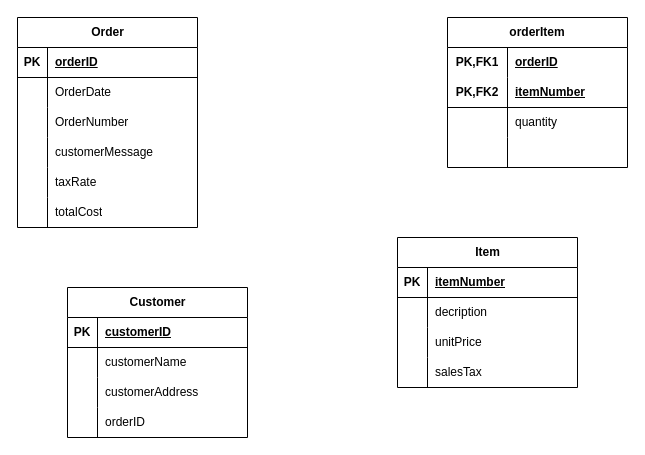
Above: Untitled Diagram.drawio in Joshuaarr/DBMS_2023 (draw.io), before the change. Source tidied: cells renumbered, new cells numbered last; positions are measured from the earlier drawing's top-left corner, leaving out a move shared by most shapes. Both pictures are drawn from the tidied source at 100%, with x=0, y=0 at pixel (17, 17).
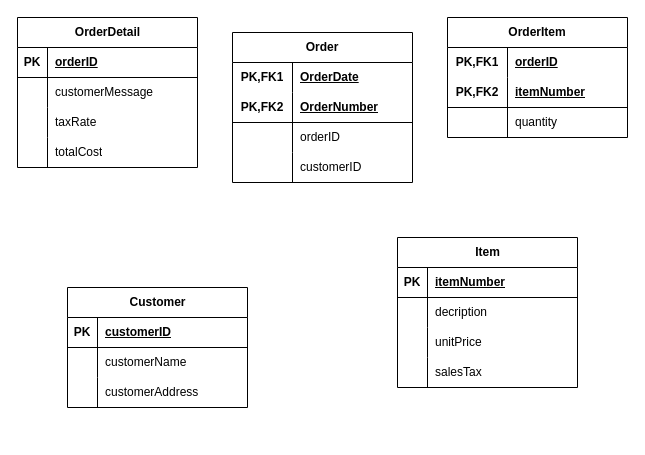
After the change.

Change to the diagram source:
```diff
@@
     <mxCell id="2" value="Customer" style="shape=table;startSize=30;childLayout=tableLayout;rowLines=0;fontStyle=1;align=center;html=1;" parent="1" vertex="1">
-      <mxGeometry x="50" y="270" width="180" height="150" as="geometry" />
+      <mxGeometry x="50" y="270" width="180" height="120" as="geometry" />
     </mxCell>
@@
-    <mxCell id="12" style="shape=tableRow;horizontal=0;startSize=0;swimlaneHead=0;swimlaneBody=0;fillColor=none;top=0;left=0;right=0;bottom=0;" parent="2" vertex="1">
-      <mxGeometry y="120" width="180" height="30" as="geometry" />
-    </mxCell>
-    <mxCell id="13" style="shape=partialRectangle;fillColor=none;top=0;left=0;bottom=0;right=0;overflow=hidden;whiteSpace=wrap;html=1;" parent="12" vertex="1">
-      <mxGeometry width="30" height="30" as="geometry" />
-    </mxCell>
-    <mxCell id="14" value="orderID" style="shape=partialRectangle;fillColor=none;top=0;left=0;bottom=0;right=0;align=left;spacingLeft=6;overflow=hidden;whiteSpace=wrap;html=1;" parent="12" vertex="1">
-      <mxGeometry x="30" width="150" height="30" as="geometry" />
-    </mxCell>
-    <mxCell id="15" value="Order" style="shape=table;startSize=30;childLayout=tableLayout;rowLines=0;fontStyle=1;align=center;html=1;" parent="1" vertex="1">
-      <mxGeometry width="180" height="210" as="geometry" />
+    <mxCell id="15" value="OrderDetail" style="shape=table;startSize=30;childLayout=tableLayout;rowLines=0;fontStyle=1;align=center;html=1;" parent="1" vertex="1">
+      <mxGeometry width="180" height="150" as="geometry" />
     </mxCell>
@@
-    <mxCell id="19" style="shape=tableRow;horizontal=0;startSize=0;swimlaneHead=0;swimlaneBody=0;fillColor=none;top=0;left=0;right=0;bottom=0;" parent="15" vertex="1">
-      <mxGeometry y="60" width="180" height="30" as="geometry" />
-    </mxCell>
-    <mxCell id="20" style="shape=partialRectangle;fillColor=none;top=0;left=0;bottom=0;right=0;overflow=hidden;whiteSpace=wrap;html=1;" parent="19" vertex="1">
-      <mxGeometry width="30" height="30" as="geometry" />
-    </mxCell>
-    <mxCell id="21" value="OrderDate" style="shape=partialRectangle;fillColor=none;top=0;left=0;bottom=0;right=0;align=left;spacingLeft=6;overflow=hidden;whiteSpace=wrap;html=1;" parent="19" vertex="1">
-      <mxGeometry x="30" width="150" height="30" as="geometry" />
-    </mxCell>
-    <mxCell id="22" style="shape=tableRow;horizontal=0;startSize=0;swimlaneHead=0;swimlaneBody=0;fillColor=none;top=0;left=0;right=0;bottom=0;" parent="15" vertex="1">
-      <mxGeometry y="90" width="180" height="30" as="geometry" />
-    </mxCell>
-    <mxCell id="23" style="shape=partialRectangle;fillColor=none;top=0;left=0;bottom=0;right=0;overflow=hidden;whiteSpace=wrap;html=1;" parent="22" vertex="1">
-      <mxGeometry width="30" height="30" as="geometry" />
-    </mxCell>
-    <mxCell id="24" value="OrderNumber" style="shape=partialRectangle;fillColor=none;top=0;left=0;bottom=0;right=0;align=left;spacingLeft=6;overflow=hidden;whiteSpace=wrap;html=1;" parent="22" vertex="1">
-      <mxGeometry x="30" width="150" height="30" as="geometry" />
-    </mxCell>
     <mxCell id="25" style="shape=tableRow;horizontal=0;startSize=0;swimlaneHead=0;swimlaneBody=0;fillColor=none;top=0;left=0;right=0;bottom=0;" parent="15" vertex="1">
-      <mxGeometry y="120" width="180" height="30" as="geometry" />
+      <mxGeometry y="60" width="180" height="30" as="geometry" />
     </mxCell>
@@
     <mxCell id="28" style="shape=tableRow;horizontal=0;startSize=0;swimlaneHead=0;swimlaneBody=0;fillColor=none;top=0;left=0;right=0;bottom=0;" parent="15" vertex="1">
-      <mxGeometry y="150" width="180" height="30" as="geometry" />
+      <mxGeometry y="90" width="180" height="30" as="geometry" />
     </mxCell>
@@
     <mxCell id="31" style="shape=tableRow;horizontal=0;startSize=0;swimlaneHead=0;swimlaneBody=0;fillColor=none;top=0;left=0;right=0;bottom=0;" parent="15" vertex="1">
-      <mxGeometry y="180" width="180" height="30" as="geometry" />
+      <mxGeometry y="120" width="180" height="30" as="geometry" />
     </mxCell>
@@
-    <mxCell id="34" value="orderItem" style="shape=table;startSize=30;childLayout=tableLayout;rowLines=0;fontStyle=1;align=center;html=1;whiteSpace=wrap;" parent="1" vertex="1">
-      <mxGeometry x="430" width="180" height="150" as="geometry" />
+    <mxCell id="34" value="OrderItem" style="shape=table;startSize=30;childLayout=tableLayout;rowLines=0;fontStyle=1;align=center;html=1;whiteSpace=wrap;" parent="1" vertex="1">
+      <mxGeometry x="430" width="180" height="120" as="geometry" />
     </mxCell>
@@
-    <mxCell id="44" style="shape=tableRow;horizontal=0;startSize=0;swimlaneHead=0;swimlaneBody=0;fillColor=none;top=0;left=0;right=0;bottom=0;html=1;" parent="34" vertex="1">
-      <mxGeometry y="120" width="180" height="30" as="geometry" />
-    </mxCell>
-    <mxCell id="45" style="shape=partialRectangle;fillColor=none;top=0;left=0;bottom=0;right=0;overflow=hidden;html=1;whiteSpace=wrap;" parent="44" vertex="1">
-      <mxGeometry width="60" height="30" as="geometry" />
-    </mxCell>
-    <mxCell id="46" style="shape=partialRectangle;fillColor=none;top=0;left=0;bottom=0;right=0;align=left;spacingLeft=6;overflow=hidden;html=1;whiteSpace=wrap;" parent="44" vertex="1">
-      <mxGeometry x="60" width="120" height="30" as="geometry" />
-    </mxCell>
@@
+    <mxCell id="60" value="Order" style="shape=table;startSize=30;childLayout=tableLayout;rowLines=0;fontStyle=1;align=center;html=1;whiteSpace=wrap;" parent="1" vertex="1">
+      <mxGeometry x="215" y="15" width="180" height="150" as="geometry" />
+    </mxCell>
+    <mxCell id="61" style="shape=tableRow;horizontal=0;startSize=0;swimlaneHead=0;swimlaneBody=0;fillColor=none;top=0;left=0;right=0;bottom=0;html=1;" parent="60" vertex="1">
+      <mxGeometry y="30" width="180" height="30" as="geometry" />
+    </mxCell>
+    <mxCell id="62" value="PK,FK1" style="shape=partialRectangle;fillColor=none;top=0;left=0;bottom=0;right=0;fontStyle=1;overflow=hidden;html=1;whiteSpace=wrap;" parent="61" vertex="1">
+      <mxGeometry width="60" height="30" as="geometry" />
+    </mxCell>
+    <mxCell id="21" value="OrderDate" style="shape=partialRectangle;fillColor=none;top=0;left=0;bottom=0;right=0;align=left;spacingLeft=6;fontStyle=5;overflow=hidden;html=1;whiteSpace=wrap;" parent="61" vertex="1">
+      <mxGeometry x="60" width="120" height="30" as="geometry" />
+    </mxCell>
+    <mxCell id="63" style="shape=tableRow;horizontal=0;startSize=0;swimlaneHead=0;swimlaneBody=0;fillColor=none;top=0;left=0;right=0;bottom=1;html=1;" parent="60" vertex="1">
+      <mxGeometry y="60" width="180" height="30" as="geometry" />
+    </mxCell>
+    <mxCell id="64" value="PK,FK2" style="shape=partialRectangle;fillColor=none;top=0;left=0;bottom=0;right=0;fontStyle=1;overflow=hidden;html=1;whiteSpace=wrap;" parent="63" vertex="1">
+      <mxGeometry width="60" height="30" as="geometry" />
+    </mxCell>
+    <mxCell id="24" value="OrderNumber" style="shape=partialRectangle;fillColor=none;top=0;left=0;bottom=0;right=0;align=left;spacingLeft=6;fontStyle=5;overflow=hidden;html=1;whiteSpace=wrap;" parent="63" vertex="1">
+      <mxGeometry x="60" width="120" height="30" as="geometry" />
+    </mxCell>
+    <mxCell id="65" style="shape=tableRow;horizontal=0;startSize=0;swimlaneHead=0;swimlaneBody=0;fillColor=none;top=0;left=0;right=0;bottom=0;html=1;" parent="60" vertex="1">
+      <mxGeometry y="90" width="180" height="30" as="geometry" />
+    </mxCell>
+    <mxCell id="66" style="shape=partialRectangle;fillColor=none;top=0;left=0;bottom=0;right=0;overflow=hidden;html=1;whiteSpace=wrap;" parent="65" vertex="1">
+      <mxGeometry width="60" height="30" as="geometry" />
+    </mxCell>
+    <mxCell id="14" value="orderID" style="shape=partialRectangle;fillColor=none;top=0;left=0;bottom=0;right=0;align=left;spacingLeft=6;overflow=hidden;html=1;whiteSpace=wrap;" parent="65" vertex="1">
+      <mxGeometry x="60" width="120" height="30" as="geometry" />
+    </mxCell>
+    <mxCell id="44" style="shape=tableRow;horizontal=0;startSize=0;swimlaneHead=0;swimlaneBody=0;fillColor=none;top=0;left=0;right=0;bottom=0;html=1;" parent="60" vertex="1">
+      <mxGeometry y="120" width="180" height="30" as="geometry" />
+    </mxCell>
+    <mxCell id="67" style="shape=partialRectangle;fillColor=none;top=0;left=0;bottom=0;right=0;overflow=hidden;html=1;whiteSpace=wrap;" parent="44" vertex="1">
+      <mxGeometry width="60" height="30" as="geometry" />
+    </mxCell>
+    <mxCell id="68" value="customerID" style="shape=partialRectangle;fillColor=none;top=0;left=0;bottom=0;right=0;align=left;spacingLeft=6;overflow=hidden;html=1;whiteSpace=wrap;" parent="44" vertex="1">
+      <mxGeometry x="60" width="120" height="30" as="geometry" />
+    </mxCell>
```
